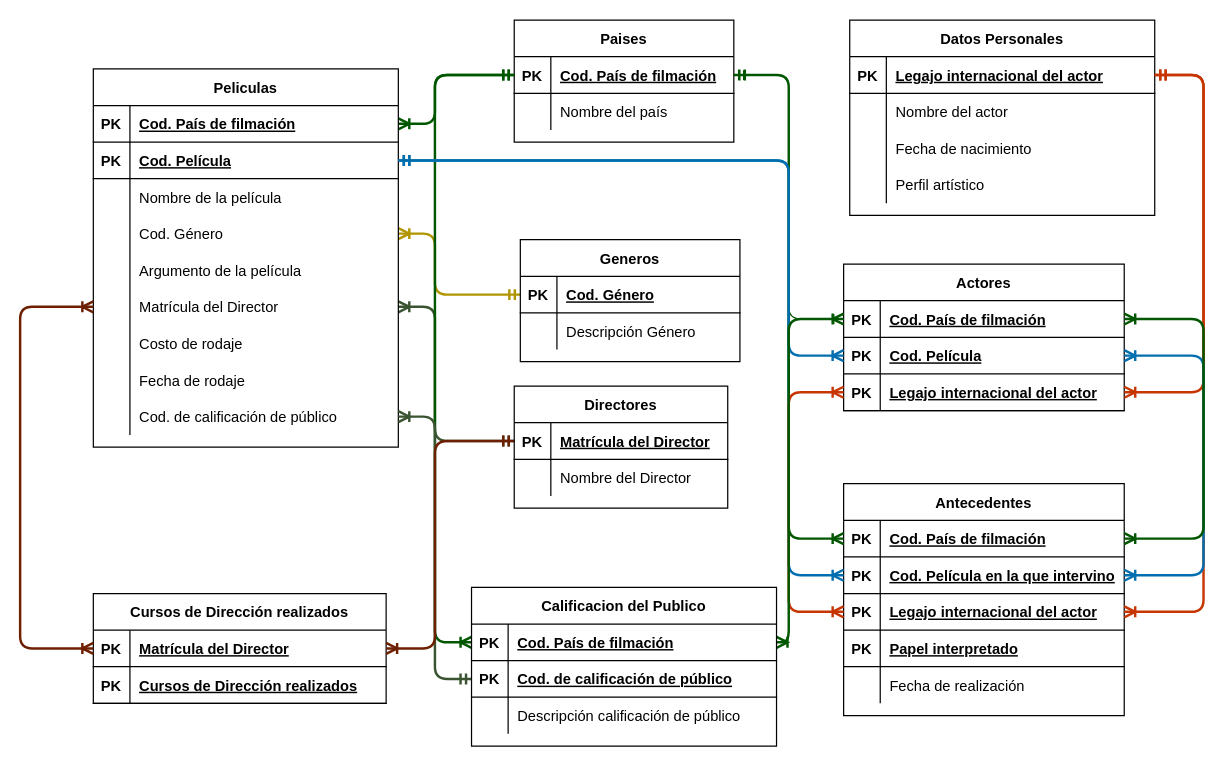
RailGun15/BaseDeDatos-UTN keeps this draw.io diagram as peliculas.drawio. Above is the earlier version. Source tidied: cells renumbered, new cells numbered last; positions are measured from the earlier drawing's top-left corner, leaving out a move shared by most shapes. Both pictures are drawn from the tidied source at 122%, with x=0, y=0 at pixel (20, 20).
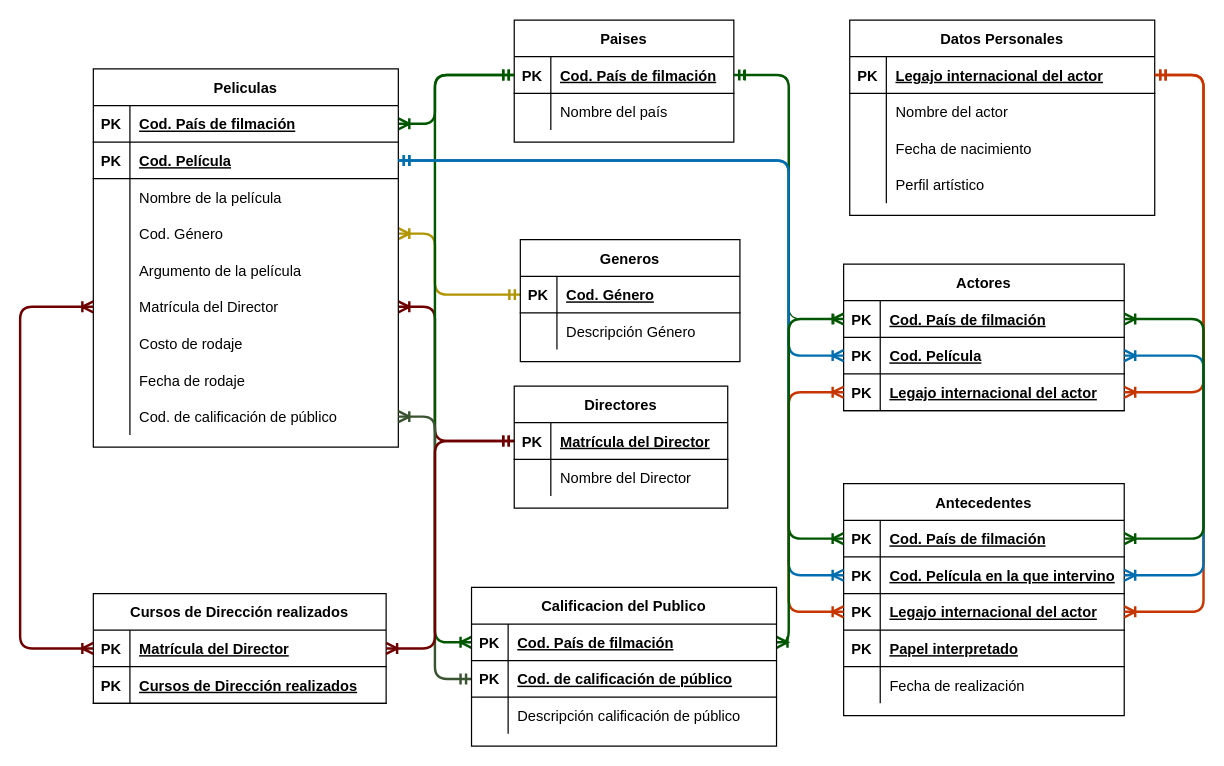
The same diagram, later.

The change refers to these unchanged cells:
```xml
<mxCell id="67" style="shape=partialRectangle;fillColor=none;top=0;left=0;bottom=0;right=0;points=[[0,0.5],[1,0.5]];portConstraint=eastwest;" parent="51" vertex="1">
  <mxGeometry y="180" width="250" height="30" as="geometry" />
</mxCell>
<mxCell id="84" style="shape=partialRectangle;fillColor=none;top=0;left=0;bottom=1;right=0;points=[[0,0.5],[1,0.5]];portConstraint=eastwest;" parent="83" vertex="1">
  <mxGeometry y="30" width="240" height="30" as="geometry" />
</mxCell>
<mxCell id="92" style="shape=partialRectangle;fillColor=none;top=0;left=0;bottom=1;right=0;points=[[0,0.5],[1,0.5]];portConstraint=eastwest;" parent="91" vertex="1">
  <mxGeometry y="30" width="175" height="30" as="geometry" />
</mxCell>
```

What changed in the source:
```diff
@@
-    <mxCell id="50" style="edgeStyle=elbowEdgeStyle;fontSize=12;html=1;endArrow=ERoneToMany;startArrow=ERmandOne;exitX=0;exitY=0.5;exitDx=0;exitDy=0;entryX=1;entryY=0.5;entryDx=0;entryDy=0;fillColor=#6d8764;strokeColor=#3A5431;strokeWidth=2;" parent="1" edge="1" source="92" target="67">
+    <mxCell id="50" style="edgeStyle=elbowEdgeStyle;fontSize=12;html=1;endArrow=ERoneToMany;startArrow=ERmandOne;exitX=0;exitY=0.5;exitDx=0;exitDy=0;entryX=1;entryY=0.5;entryDx=0;entryDy=0;fillColor=#a20025;strokeColor=#6F0000;strokeWidth=2;" parent="1" edge="1" source="92" target="67">
       <mxGeometry relative="1" as="geometry">
         <Array as="points">
           <mxPoint x="340" y="300" />
         </Array>
       </mxGeometry>
     </mxCell>
@@
-    <mxCell id="90" style="edgeStyle=elbowEdgeStyle;fontSize=12;html=1;endArrow=ERoneToMany;startArrow=ERmandOne;exitX=0;exitY=0.5;exitDx=0;exitDy=0;entryX=1;entryY=0.5;entryDx=0;entryDy=0;fillColor=#a0522d;strokeColor=#6D1F00;strokeWidth=2;" parent="1" edge="1" source="92" target="84">
+    <mxCell id="90" style="edgeStyle=elbowEdgeStyle;fontSize=12;html=1;endArrow=ERoneToMany;startArrow=ERmandOne;exitX=0;exitY=0.5;exitDx=0;exitDy=0;entryX=1;entryY=0.5;entryDx=0;entryDy=0;fillColor=#a20025;strokeColor=#6F0000;strokeWidth=2;" parent="1" edge="1" source="92" target="84">
       <mxGeometry relative="1" as="geometry">
         <Array as="points">
           <mxPoint x="340" y="440" />
         </Array>
       </mxGeometry>
     </mxCell>
@@
-    <mxCell id="121" style="edgeStyle=elbowEdgeStyle;fontSize=12;html=1;endArrow=ERoneToMany;startArrow=ERoneToMany;entryX=0;entryY=0.5;entryDx=0;entryDy=0;exitX=0;exitY=0.5;exitDx=0;exitDy=0;fillColor=#a0522d;strokeColor=#6D1F00;strokeWidth=2;startFill=0;" parent="1" edge="1" source="67" target="84">
+    <mxCell id="121" style="edgeStyle=elbowEdgeStyle;fontSize=12;html=1;endArrow=ERoneToMany;startArrow=ERoneToMany;entryX=0;entryY=0.5;entryDx=0;entryDy=0;exitX=0;exitY=0.5;exitDx=0;exitDy=0;fillColor=#a20025;strokeColor=#6F0000;strokeWidth=2;startFill=0;" parent="1" edge="1" source="67" target="84">
       <mxGeometry relative="1" as="geometry">
         <Array as="points">
           <mxPoint y="385" />
         </Array>
       </mxGeometry>
     </mxCell>
```
